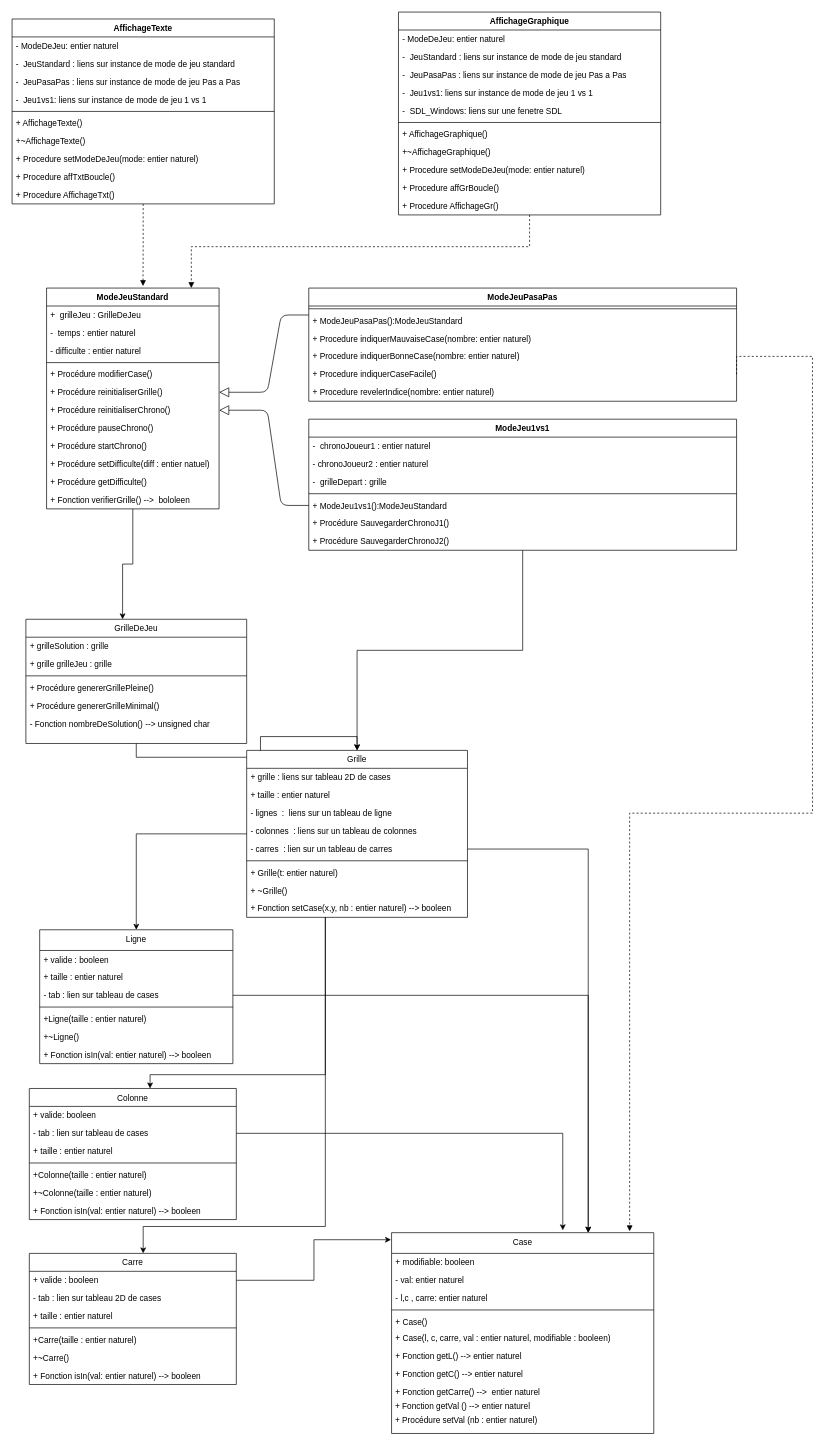
Earlier version of the draw.io diagram autres/DiagrammeClasse.drawio (clarabeal/sudoku3). Source tidied: cells renumbered, new cells numbered last; positions are measured from the earlier drawing's top-left corner, leaving out a move shared by most shapes. Both pictures are drawn from the tidied source at 69%, with x=0, y=0 at pixel (12, 12).
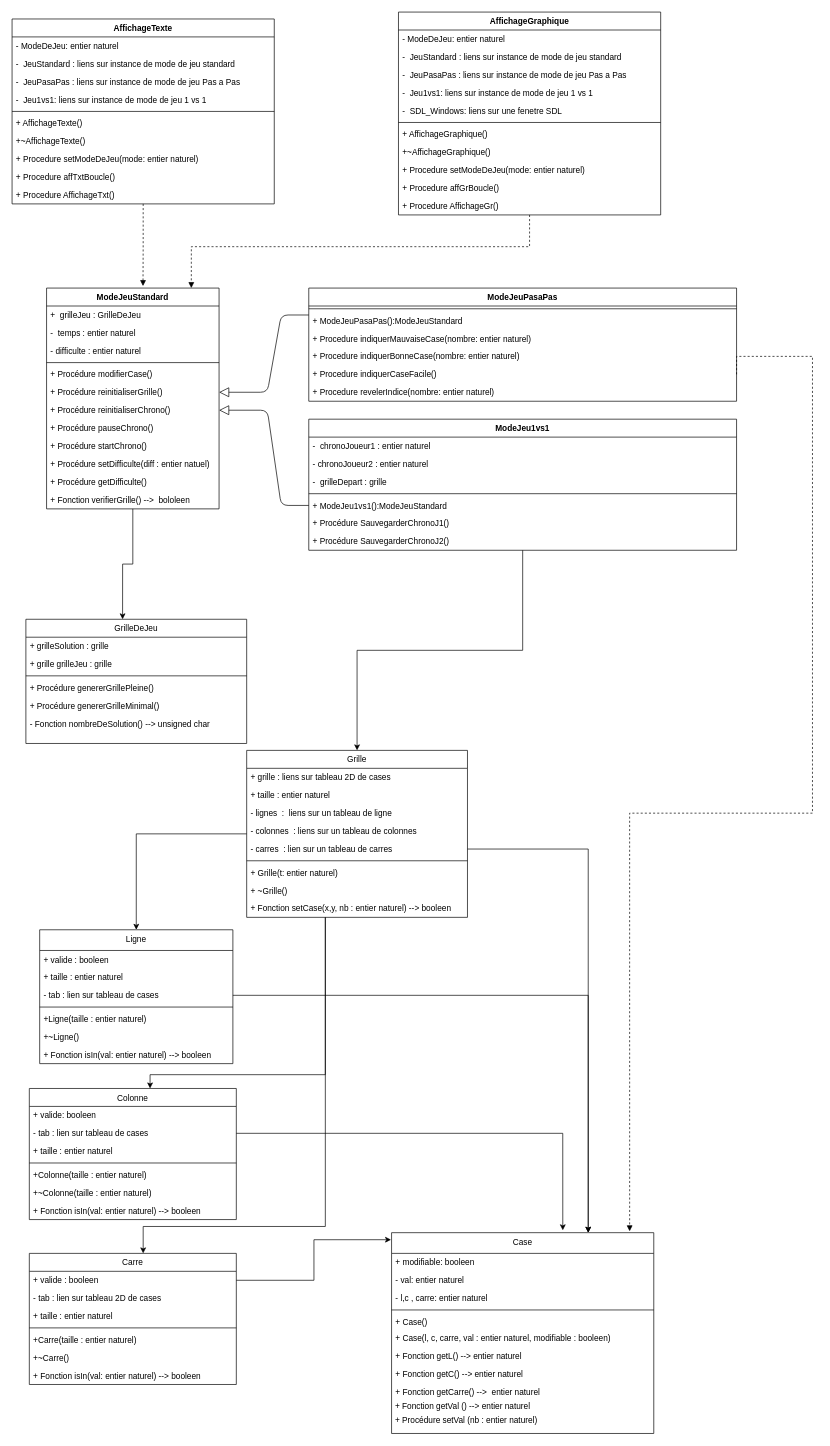
The same page after the edit.

The change refers to these unchanged cells:
```xml
<mxCell id="3" value="GrilleDeJeu" style="swimlane;fontStyle=0;align=center;verticalAlign=top;horizontal=1;startSize=26;rounded=0;shadow=0;strokeWidth=1;" parent="1" vertex="1">
  <mxGeometry x="20" y="880" width="320" height="180" as="geometry" />
</mxCell>
<mxCell id="13" value="Grille" style="swimlane;fontStyle=0;align=center;verticalAlign=top;horizontal=1;startSize=26;rounded=0;shadow=0;strokeWidth=1;" parent="1" vertex="1">
  <mxGeometry x="340" y="1070" width="320" height="242" as="geometry" />
</mxCell>
```

Change to the diagram source:
```diff
@@
-    <mxCell id="2" style="edgeStyle=orthogonalEdgeStyle;rounded=0;jettySize=auto;html=1;" parent="1" edge="1" source="3" target="13">
-      <mxGeometry relative="1" as="geometry" />
-    </mxCell>
```
